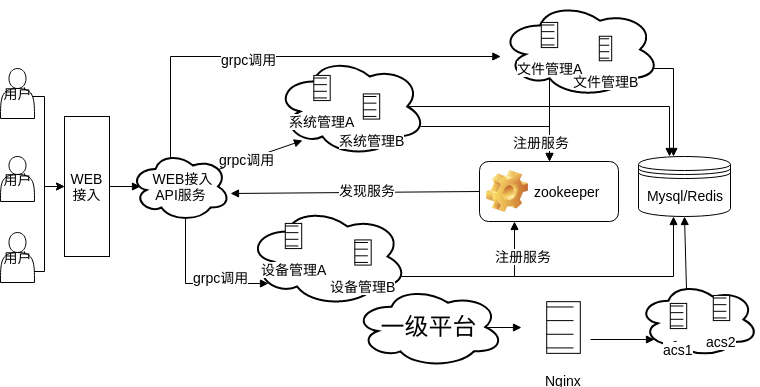
Above: framework.png in waterwatermelon/graph (draw.io), before the change. Source tidied: cells renumbered, new cells last; positions are measured from the earlier drawing's top-left corner, leaving out a move shared by most shapes.
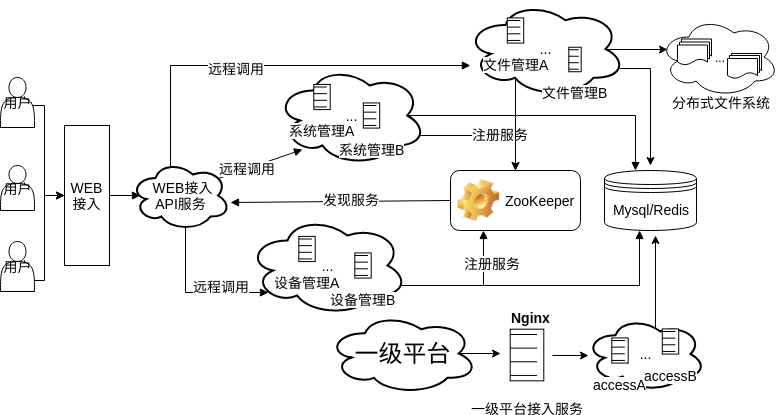
Above is the later version.

What changed in the source:
```diff
@@ -2,6 +2,9 @@
   <root>
     <mxCell id="0" />
     <mxCell id="1" parent="0" />
+    <mxCell id="45" value="..." style="ellipse;shape=cloud;whiteSpace=wrap;html=1;" parent="1" vertex="1">
+      <mxGeometry x="658.5" y="6.5" width="120" height="80" as="geometry" />
+    </mxCell>
     <mxCell id="2" style="edgeStyle=orthogonalEdgeStyle;rounded=0;jettySize=auto;html=1;exitX=0.9;exitY=0.5;exitDx=0;exitDy=0;exitPerimeter=0;fontSize=14;" parent="1" edge="1" source="3" target="12">
       <mxGeometry relative="1" as="geometry">
         <Array as="points">
@@ -17,7 +20,7 @@
     <mxCell id="4" style="edgeStyle=none;rounded=0;comic=0;jettySize=auto;html=1;exitX=0.88;exitY=0.25;exitDx=0;exitDy=0;exitPerimeter=0;entryX=0.177;entryY=0.84;entryDx=0;entryDy=0;entryPerimeter=0;shadow=0;startArrow=none;startFill=0;endArrow=block;endFill=1;strokeColor=#000000;strokeWidth=1;fontSize=14;" parent="1" edge="1" source="10" target="18">
       <mxGeometry relative="1" as="geometry" />
     </mxCell>
-    <mxCell id="5" value="grpc调用" style="text;html=1;align=center;verticalAlign=middle;labelBackgroundColor=#ffffff;fontSize=14;" parent="4" vertex="1">
+    <mxCell id="5" value="远程调用" style="text;html=1;align=center;verticalAlign=middle;labelBackgroundColor=#ffffff;fontSize=14;" parent="4" vertex="1">
       <mxGeometry x="-0.32" y="1" relative="1" as="geometry" />
     </mxCell>
     <mxCell id="6" style="edgeStyle=orthogonalEdgeStyle;rounded=0;comic=0;jettySize=auto;html=1;exitX=0.4;exitY=0.1;exitDx=0;exitDy=0;exitPerimeter=0;shadow=0;startArrow=none;startFill=0;endArrow=block;endFill=1;strokeColor=#000000;strokeWidth=1;fontSize=14;" parent="1" edge="1" source="10" target="28">
@@ -27,7 +30,7 @@
         </Array>
       </mxGeometry>
     </mxCell>
-    <mxCell id="7" value="grpc调用" style="text;html=1;align=center;verticalAlign=middle;labelBackgroundColor=#ffffff;fontSize=14;" parent="6" vertex="1">
+    <mxCell id="7" value="远程调用" style="text;html=1;align=center;verticalAlign=middle;labelBackgroundColor=#ffffff;fontSize=14;" parent="6" vertex="1">
       <mxGeometry x="-0.17" y="-2" relative="1" as="geometry" />
     </mxCell>
     <mxCell id="8" style="edgeStyle=orthogonalEdgeStyle;rounded=0;comic=0;jettySize=auto;html=1;exitX=0.55;exitY=0.95;exitDx=0;exitDy=0;exitPerimeter=0;entryX=0.13;entryY=0.77;entryDx=0;entryDy=0;entryPerimeter=0;shadow=0;startArrow=none;startFill=0;endArrow=block;endFill=1;strokeColor=#000000;strokeWidth=1;fontSize=14;" parent="1" edge="1" source="10" target="22">
@@ -37,7 +40,7 @@
         </Array>
       </mxGeometry>
     </mxCell>
-    <mxCell id="9" value="grpc调用" style="text;html=1;align=center;verticalAlign=middle;labelBackgroundColor=#ffffff;fontSize=14;" parent="8" vertex="1">
+    <mxCell id="9" value="远程调用" style="text;html=1;align=center;verticalAlign=middle;labelBackgroundColor=#ffffff;fontSize=14;" parent="8" vertex="1">
       <mxGeometry x="-0.12" y="29" relative="1" as="geometry">
         <mxPoint x="35" y="22" as="offset" />
       </mxGeometry>
@@ -67,17 +70,16 @@
     <mxCell id="15" value="&lt;font style=&quot;font-size: 14px&quot;&gt;用户&lt;/font&gt;" style="shape=actor;whiteSpace=wrap;html=1;fontSize=14;" parent="1" vertex="1">
       <mxGeometry y="231" width="34" height="50" as="geometry" />
     </mxCell>
+    <mxCell id="17" style="edgeStyle=orthogonalEdgeStyle;rounded=0;comic=0;jettySize=auto;html=1;exitX=0.875;exitY=0.5;exitDx=0;exitDy=0;exitPerimeter=0;entryX=0.333;entryY=0;entryDx=0;entryDy=0;entryPerimeter=0;shadow=0;startArrow=none;startFill=0;endArrow=block;endFill=1;strokeColor=#000000;strokeWidth=1;fontSize=14;" parent="1" edge="1" source="18" target="29">
+      <mxGeometry relative="1" as="geometry" />
+    </mxCell>
-    <mxCell id="16" style="edgeStyle=orthogonalEdgeStyle;rounded=0;comic=0;jettySize=auto;html=1;exitX=0.96;exitY=0.7;exitDx=0;exitDy=0;exitPerimeter=0;entryX=0.5;entryY=0;entryDx=0;entryDy=0;shadow=0;startArrow=none;startFill=0;endArrow=block;endFill=1;strokeColor=#000000;strokeWidth=1;fontSize=14;" parent="1" edge="1" source="18" target="32">
-      <mxGeometry relative="1" as="geometry">
-        <Array as="points">
-          <mxPoint x="549" y="125" />
-        </Array>
-      </mxGeometry>
+    <mxCell id="16" style="edgeStyle=orthogonalEdgeStyle;rounded=0;jettySize=auto;html=1;exitX=0.96;exitY=0.7;exitDx=0;exitDy=0;exitPerimeter=0;" parent="1" edge="1" source="18" target="32">
+      <mxGeometry relative="1" as="geometry" />
     </mxCell>
-    <mxCell id="17" style="edgeStyle=orthogonalEdgeStyle;rounded=0;comic=0;jettySize=auto;html=1;exitX=0.875;exitY=0.5;exitDx=0;exitDy=0;exitPerimeter=0;entryX=0.333;entryY=0;entryDx=0;entryDy=0;entryPerimeter=0;shadow=0;startArrow=none;startFill=0;endArrow=block;endFill=1;strokeColor=#000000;strokeWidth=1;fontSize=14;" parent="1" edge="1" source="18" target="29">
-      <mxGeometry relative="1" as="geometry" />
-    </mxCell>
+    <mxCell id="27" value="&lt;font style=&quot;font-size: 14px&quot;&gt;注册服务&lt;/font&gt;" style="text;html=1;align=center;verticalAlign=middle;labelBackgroundColor=#ffffff;" parent="16" vertex="1">
+      <mxGeometry x="0.22" y="2" relative="1" as="geometry" />
+    </mxCell>
-    <mxCell id="18" style="ellipse;shape=cloud;strokeWidth=2;fontSize=14;whiteSpace=wrap;html=1;align=center;strokeColor=#000000;" parent="1" vertex="1">
+    <mxCell id="18" value="&lt;span&gt;...&lt;/span&gt;" style="ellipse;shape=cloud;strokeWidth=2;fontSize=14;whiteSpace=wrap;html=1;align=center;strokeColor=#000000;" parent="1" vertex="1">
       <mxGeometry x="275.5" y="55" width="150" height="100" as="geometry" />
     </mxCell>
     <mxCell id="19" style="edgeStyle=orthogonalEdgeStyle;rounded=0;comic=0;jettySize=auto;html=1;exitX=0.96;exitY=0.7;exitDx=0;exitDy=0;exitPerimeter=0;entryX=0.25;entryY=1;entryDx=0;entryDy=0;shadow=0;startArrow=none;startFill=0;endArrow=block;endFill=1;strokeColor=#000000;strokeWidth=1;fontSize=14;" parent="1" edge="1" source="22" target="32">
@@ -91,35 +93,33 @@
     <mxCell id="21" style="edgeStyle=orthogonalEdgeStyle;rounded=0;comic=0;jettySize=auto;html=1;exitX=0.96;exitY=0.7;exitDx=0;exitDy=0;exitPerimeter=0;entryX=0.38;entryY=1;entryDx=0;entryDy=0;entryPerimeter=0;shadow=0;startArrow=none;startFill=0;endArrow=block;endFill=1;strokeColor=#000000;strokeWidth=1;fontSize=14;" parent="1" edge="1" source="22" target="29">
       <mxGeometry relative="1" as="geometry" />
     </mxCell>
-    <mxCell id="22" style="ellipse;shape=cloud;strokeWidth=2;fontSize=14;whiteSpace=wrap;html=1;align=center;" parent="1" vertex="1">
+    <mxCell id="22" value="&lt;span&gt;...&lt;/span&gt;" style="ellipse;shape=cloud;strokeWidth=2;fontSize=14;whiteSpace=wrap;html=1;align=center;" parent="1" vertex="1">
       <mxGeometry x="247" y="205" width="160" height="100" as="geometry" />
     </mxCell>
-    <mxCell id="23" style="edgeStyle=none;rounded=0;comic=0;jettySize=auto;html=1;exitX=0.875;exitY=0.5;exitDx=0;exitDy=0;exitPerimeter=0;shadow=0;startArrow=none;startFill=0;endArrow=block;endFill=1;strokeColor=#000000;strokeWidth=1;fontSize=14;" parent="1" edge="1" source="24" target="44">
-      <mxGeometry relative="1" as="geometry" />
-    </mxCell>
+    <mxCell id="46" style="edgeStyle=orthogonalEdgeStyle;rounded=0;jettySize=auto;html=1;exitX=0.875;exitY=0.5;exitDx=0;exitDy=0;exitPerimeter=0;" parent="1" edge="1" source="24">
+      <mxGeometry relative="1" as="geometry">
+        <mxPoint x="500" y="343" as="targetPoint" />
+      </mxGeometry>
+    </mxCell>
     <mxCell id="24" value="&lt;font style=&quot;font-size: 24px&quot;&gt;一级平台&lt;/font&gt;" style="ellipse;shape=cloud;strokeWidth=2;fontSize=14;whiteSpace=wrap;html=1;align=center;" parent="1" vertex="1">
-      <mxGeometry x="353.5" y="285" width="150" height="81" as="geometry" />
+      <mxGeometry x="327" y="302.5" width="150" height="81" as="geometry" />
     </mxCell>
-    <mxCell id="25" style="edgeStyle=orthogonalEdgeStyle;rounded=0;comic=0;jettySize=auto;html=1;exitX=0.96;exitY=0.7;exitDx=0;exitDy=0;exitPerimeter=0;shadow=0;startArrow=none;startFill=0;endArrow=block;endFill=1;strokeColor=#000000;strokeWidth=1;fontSize=14;" parent="1" edge="1" source="28" target="29">
-      <mxGeometry relative="1" as="geometry">
-        <Array as="points">
-          <mxPoint x="673" y="67" />
-        </Array>
-      </mxGeometry>
-    </mxCell>
+    <mxCell id="47" style="edgeStyle=orthogonalEdgeStyle;rounded=0;jettySize=auto;html=1;exitX=0.96;exitY=0.7;exitDx=0;exitDy=0;exitPerimeter=0;" parent="1" edge="1" source="28">
+      <mxGeometry relative="1" as="geometry">
+        <mxPoint x="650" y="155" as="targetPoint" />
+      </mxGeometry>
+    </mxCell>
-    <mxCell id="26" style="edgeStyle=orthogonalEdgeStyle;rounded=0;comic=0;jettySize=auto;html=1;exitX=0.31;exitY=0.8;exitDx=0;exitDy=0;exitPerimeter=0;shadow=0;startArrow=none;startFill=0;endArrow=block;endFill=1;strokeColor=#000000;strokeWidth=1;fontSize=14;" parent="1" edge="1" source="28" target="32">
+    <mxCell id="26" style="edgeStyle=orthogonalEdgeStyle;rounded=0;jettySize=auto;html=1;exitX=0.31;exitY=0.8;exitDx=0;exitDy=0;exitPerimeter=0;entryX=0.5;entryY=0;entryDx=0;entryDy=0;" parent="1" edge="1" source="28" target="32">
       <mxGeometry relative="1" as="geometry" />
     </mxCell>
-    <mxCell id="27" value="注册服务" style="text;html=1;align=center;verticalAlign=middle;labelBackgroundColor=#ffffff;fontSize=14;" parent="26" vertex="1">
-      <mxGeometry x="-0.31" y="-1" relative="1" as="geometry">
-        <mxPoint x="-8" y="35" as="offset" />
-      </mxGeometry>
-    </mxCell>
+    <mxCell id="48" style="edgeStyle=orthogonalEdgeStyle;rounded=0;jettySize=auto;html=1;exitX=0.875;exitY=0.5;exitDx=0;exitDy=0;exitPerimeter=0;entryX=0.07;entryY=0.4;entryDx=0;entryDy=0;entryPerimeter=0;" parent="1" edge="1" source="28" target="45">
+      <mxGeometry relative="1" as="geometry" />
+    </mxCell>
-    <mxCell id="28" style="ellipse;shape=cloud;strokeWidth=2;fontSize=14;whiteSpace=wrap;html=1;align=center;" parent="1" vertex="1">
-      <mxGeometry x="499.5" width="160" height="96" as="geometry" />
+    <mxCell id="28" value="..." style="ellipse;shape=cloud;strokeWidth=2;fontSize=14;whiteSpace=wrap;html=1;align=center;" parent="1" vertex="1">
+      <mxGeometry x="465" y="-9.5" width="160" height="96" as="geometry" />
     </mxCell>
     <mxCell id="29" value="&lt;font style=&quot;font-size: 14px&quot;&gt;Mysql/Redis&lt;/font&gt;" style="shape=datastore;whiteSpace=wrap;html=1;fontSize=14;" parent="1" vertex="1">
-      <mxGeometry x="638" y="155" width="92" height="60" as="geometry" />
+      <mxGeometry x="604" y="160" width="92" height="60" as="geometry" />
     </mxCell>
     <mxCell id="30" style="edgeStyle=none;rounded=0;comic=0;jettySize=auto;html=1;exitX=0;exitY=0.5;exitDx=0;exitDy=0;entryX=1;entryY=0.6;entryDx=0;entryDy=0;entryPerimeter=0;shadow=0;startArrow=none;startFill=0;endArrow=block;endFill=1;strokeColor=#000000;strokeWidth=1;fontSize=14;" parent="1" edge="1" source="32" target="10">
       <mxGeometry relative="1" as="geometry" />
@@ -127,8 +127,8 @@
     <mxCell id="31" value="&lt;font style=&quot;font-size: 14px&quot;&gt;发现服务&lt;/font&gt;" style="text;html=1;align=center;verticalAlign=middle;labelBackgroundColor=#ffffff;fontSize=14;" parent="30" vertex="1">
       <mxGeometry x="-0.1" y="-2" relative="1" as="geometry" />
     </mxCell>
-    <mxCell id="32" value="&lt;span style=&quot;font-weight: normal; font-size: 14px;&quot;&gt;&lt;font style=&quot;font-size: 14px&quot;&gt;zookeeper&lt;/font&gt;&lt;/span&gt;" style="label;whiteSpace=wrap;html=1;image=img/clipart/Gear_128x128.png;strokeColor=#000000;strokeWidth=1;fillColor=#FFFFFF;fontSize=14;" parent="1" vertex="1">
-      <mxGeometry x="479" y="160" width="139" height="60" as="geometry" />
+    <mxCell id="32" value="&lt;span style=&quot;font-weight: normal ; font-size: 14px&quot;&gt;&lt;font style=&quot;font-size: 14px&quot;&gt;ZooKeeper&lt;/font&gt;&lt;/span&gt;" style="label;whiteSpace=wrap;html=1;image=img/clipart/Gear_128x128.png;strokeColor=#000000;strokeWidth=1;fillColor=#FFFFFF;fontSize=14;" parent="1" vertex="1">
+      <mxGeometry x="450" y="160" width="130" height="60" as="geometry" />
     </mxCell>
     <mxCell id="33" value="&lt;font style=&quot;font-size: 14px&quot;&gt;系统管理A&lt;/font&gt;" style="shape=mxgraph.bpmn.shape;html=1;verticalLabelPosition=bottom;labelBackgroundColor=#ffffff;verticalAlign=top;align=center;perimeter=rhombusPerimeter;symbol=conditional;strokeColor=#000000;strokeWidth=1;fillColor=#FFFFFF;fontSize=14;" parent="1" vertex="1">
       <mxGeometry x="301" y="68" width="41" height="37" as="geometry" />
@@ -137,36 +137,63 @@
       <mxGeometry x="350.5" y="86.5" width="41" height="37" as="geometry" />
     </mxCell>
     <mxCell id="35" value="&lt;font style=&quot;font-size: 14px&quot;&gt;设备管理A&lt;/font&gt;" style="shape=mxgraph.bpmn.shape;html=1;verticalLabelPosition=bottom;labelBackgroundColor=#ffffff;verticalAlign=top;align=center;perimeter=rhombusPerimeter;symbol=conditional;strokeColor=#000000;strokeWidth=1;fillColor=#FFFFFF;fontSize=14;" parent="1" vertex="1">
-      <mxGeometry x="272.5" y="216" width="41" height="37" as="geometry" />
+      <mxGeometry x="286" y="220" width="41" height="37" as="geometry" />
     </mxCell>
     <mxCell id="36" value="&lt;font style=&quot;font-size: 14px&quot;&gt;设备管理B&lt;/font&gt;" style="shape=mxgraph.bpmn.shape;html=1;verticalLabelPosition=bottom;labelBackgroundColor=#ffffff;verticalAlign=top;align=center;perimeter=rhombusPerimeter;symbol=conditional;strokeColor=#000000;strokeWidth=1;fillColor=#FFFFFF;fontSize=14;" parent="1" vertex="1">
-      <mxGeometry x="342" y="232.5" width="41" height="37" as="geometry" />
+      <mxGeometry x="342" y="236.5" width="41" height="37" as="geometry" />
     </mxCell>
     <mxCell id="37" value="&lt;span style=&quot;font-size: 14px&quot;&gt;文件管理A&lt;/span&gt;" style="shape=mxgraph.bpmn.shape;html=1;verticalLabelPosition=bottom;labelBackgroundColor=#ffffff;verticalAlign=top;align=center;perimeter=rhombusPerimeter;symbol=conditional;strokeColor=#000000;strokeWidth=1;fillColor=#FFFFFF;fontSize=14;" parent="1" vertex="1">
-      <mxGeometry x="528.5" y="15" width="41" height="37" as="geometry" />
+      <mxGeometry x="494.5" y="1.5" width="41" height="37" as="geometry" />
     </mxCell>
     <mxCell id="38" value="&lt;font style=&quot;font-size: 14px&quot;&gt;文件管理B&lt;/font&gt;" style="shape=mxgraph.bpmn.shape;html=1;verticalLabelPosition=bottom;labelBackgroundColor=#ffffff;verticalAlign=top;align=center;perimeter=rhombusPerimeter;symbol=conditional;strokeColor=#000000;strokeWidth=1;fillColor=#FFFFFF;fontSize=14;" parent="1" vertex="1">
-      <mxGeometry x="589.5" y="29" width="31" height="36" as="geometry" />
+      <mxGeometry x="559" y="31" width="31" height="36" as="geometry" />
     </mxCell>
-    <mxCell id="39" style="edgeStyle=none;rounded=0;comic=0;jettySize=auto;html=1;exitX=0.4;exitY=0.1;exitDx=0;exitDy=0;exitPerimeter=0;entryX=0.5;entryY=1;entryDx=0;entryDy=0;shadow=0;startArrow=none;startFill=0;endArrow=block;endFill=1;strokeColor=#000000;strokeWidth=1;fontSize=14;" parent="1" edge="1" source="40" target="29">
-      <mxGeometry relative="1" as="geometry" />
-    </mxCell>
-    <mxCell id="40" style="ellipse;shape=cloud;strokeWidth=2;fontSize=14;whiteSpace=wrap;html=1;align=center;" parent="1" vertex="1">
-      <mxGeometry x="638" y="280.5" width="120" height="75" as="geometry" />
+    <mxCell id="40" value="&lt;span&gt;...&lt;/span&gt;" style="ellipse;shape=cloud;strokeWidth=2;fontSize=14;whiteSpace=wrap;html=1;align=center;" parent="1" vertex="1">
+      <mxGeometry x="585" y="306" width="120" height="75" as="geometry" />
     </mxCell>
-    <mxCell id="41" value="&lt;font style=&quot;font-size: 14px&quot;&gt;acs1&lt;/font&gt;" style="shape=mxgraph.bpmn.shape;html=1;verticalLabelPosition=bottom;labelBackgroundColor=#ffffff;verticalAlign=top;align=center;perimeter=rhombusPerimeter;symbol=conditional;strokeColor=#000000;strokeWidth=1;fillColor=#FFFFFF;fontSize=14;" parent="1" vertex="1">
-      <mxGeometry x="657.5" y="296" width="41" height="37" as="geometry" />
+    <mxCell id="41" value="&lt;font style=&quot;font-size: 14px&quot;&gt;accessA&lt;/font&gt;" style="shape=mxgraph.bpmn.shape;html=1;verticalLabelPosition=bottom;labelBackgroundColor=#ffffff;verticalAlign=top;align=center;perimeter=rhombusPerimeter;symbol=conditional;strokeColor=#000000;strokeWidth=1;fillColor=#FFFFFF;fontSize=14;" parent="1" vertex="1">
+      <mxGeometry x="599" y="321.5" width="41" height="37" as="geometry" />
     </mxCell>
+    <mxCell id="49" style="edgeStyle=orthogonalEdgeStyle;rounded=0;jettySize=auto;html=1;exitX=0.145;exitY=0.145;exitDx=0;exitDy=0;exitPerimeter=0;" parent="1" edge="1" source="42">
+      <mxGeometry relative="1" as="geometry">
+        <mxPoint x="655" y="225" as="targetPoint" />
+      </mxGeometry>
+    </mxCell>
-    <mxCell id="42" value="&lt;font style=&quot;font-size: 14px&quot;&gt;acs2&lt;/font&gt;" style="shape=mxgraph.bpmn.shape;html=1;verticalLabelPosition=bottom;labelBackgroundColor=#ffffff;verticalAlign=top;align=center;perimeter=rhombusPerimeter;outlineConnect=0;symbol=conditional;strokeColor=#000000;strokeWidth=1;fillColor=#FFFFFF;fontSize=14;" parent="1" vertex="1">
-      <mxGeometry x="700.5" y="288" width="41" height="37" as="geometry" />
+    <mxCell id="42" value="&lt;font style=&quot;font-size: 14px&quot;&gt;accessB&lt;/font&gt;" style="shape=mxgraph.bpmn.shape;html=1;verticalLabelPosition=bottom;labelBackgroundColor=#ffffff;verticalAlign=top;align=center;perimeter=rhombusPerimeter;outlineConnect=0;symbol=conditional;strokeColor=#000000;strokeWidth=1;fillColor=#FFFFFF;fontSize=14;" parent="1" vertex="1">
+      <mxGeometry x="649.5" y="312.5" width="41" height="37" as="geometry" />
     </mxCell>
-    <mxCell id="43" style="rounded=0;comic=0;jettySize=auto;html=1;entryX=0.13;entryY=0.77;entryDx=0;entryDy=0;entryPerimeter=0;shadow=0;startArrow=none;startFill=0;endArrow=block;endFill=1;strokeColor=#000000;strokeWidth=1;fontSize=14;" parent="1" edge="1" target="40">
-      <mxGeometry relative="1" as="geometry">
-        <mxPoint x="590" y="338" as="sourcePoint" />
-      </mxGeometry>
-    </mxCell>
+    <mxCell id="50" style="edgeStyle=orthogonalEdgeStyle;rounded=0;orthogonalLoop=1;jettySize=auto;html=1;exitX=1;exitY=0.5;exitDx=0;exitDy=0;" parent="1" edge="1">
+      <mxGeometry relative="1" as="geometry">
+        <mxPoint x="552" y="345" as="sourcePoint" />
+        <mxPoint x="588" y="345" as="targetPoint" />
+      </mxGeometry>
+    </mxCell>
-    <mxCell id="44" value="&lt;font style=&quot;font-size: 14px&quot;&gt;Nginx&lt;/font&gt;" style="shape=mxgraph.bpmn.shape;html=1;verticalLabelPosition=bottom;labelBackgroundColor=#ffffff;verticalAlign=top;align=center;perimeter=rhombusPerimeter;outlineConnect=0;symbol=conditional;strokeColor=#000000;strokeWidth=1;fillColor=#FFFFFF;fontSize=14;" parent="1" vertex="1">
-      <mxGeometry x="521" y="288" width="84" height="76" as="geometry" />
+    <mxCell id="44" value="一级平台接入服务" style="shape=mxgraph.bpmn.shape;html=1;verticalLabelPosition=bottom;labelBackgroundColor=#ffffff;verticalAlign=top;align=center;perimeter=rhombusPerimeter;outlineConnect=0;symbol=conditional;strokeColor=#000000;strokeWidth=1;fillColor=#FFFFFF;fontSize=14;" parent="1" vertex="1">
+      <mxGeometry x="484.5" y="306.5" width="84" height="76" as="geometry" />
     </mxCell>
+    <mxCell id="51" value="&lt;b&gt;&lt;font style=&quot;font-size: 14px&quot;&gt;Nginx&lt;/font&gt;&lt;/b&gt;" style="text;html=1;align=left;verticalAlign=top;spacingTop=-4;" parent="1" vertex="1">
+      <mxGeometry x="508.5" y="296.5" width="50" height="20" as="geometry" />
+    </mxCell>
+    <mxCell id="52" style="shape=document;whiteSpace=wrap;html=1;boundedLbl=1;" parent="1" vertex="1">
+      <mxGeometry x="681" y="28.5" width="30" height="20" as="geometry" />
+    </mxCell>
+    <mxCell id="53" style="shape=document;whiteSpace=wrap;html=1;boundedLbl=1;" parent="1" vertex="1">
+      <mxGeometry x="679" y="31.5" width="30" height="20" as="geometry" />
+    </mxCell>
+    <mxCell id="54" style="shape=document;whiteSpace=wrap;html=1;boundedLbl=1;" parent="1" vertex="1">
+      <mxGeometry x="677" y="34.5" width="30" height="20" as="geometry" />
+    </mxCell>
+    <mxCell id="55" style="shape=document;whiteSpace=wrap;html=1;boundedLbl=1;" parent="1" vertex="1">
+      <mxGeometry x="731" y="43" width="30" height="20" as="geometry" />
+    </mxCell>
+    <mxCell id="56" style="shape=document;whiteSpace=wrap;html=1;boundedLbl=1;" parent="1" vertex="1">
+      <mxGeometry x="729" y="45" width="30" height="20" as="geometry" />
+    </mxCell>
+    <mxCell id="57" style="shape=document;whiteSpace=wrap;html=1;boundedLbl=1;" parent="1" vertex="1">
+      <mxGeometry x="727" y="48" width="30" height="20" as="geometry" />
+    </mxCell>
+    <mxCell id="58" value="&lt;font style=&quot;font-size: 14px&quot;&gt;分布式文件系统&lt;/font&gt;" style="text;html=1;align=left;verticalAlign=top;spacingTop=-4;" parent="1" vertex="1">
+      <mxGeometry x="670" y="82" width="110" height="20" as="geometry" />
+    </mxCell>
   </root>
 </mxGraphModel>
```
